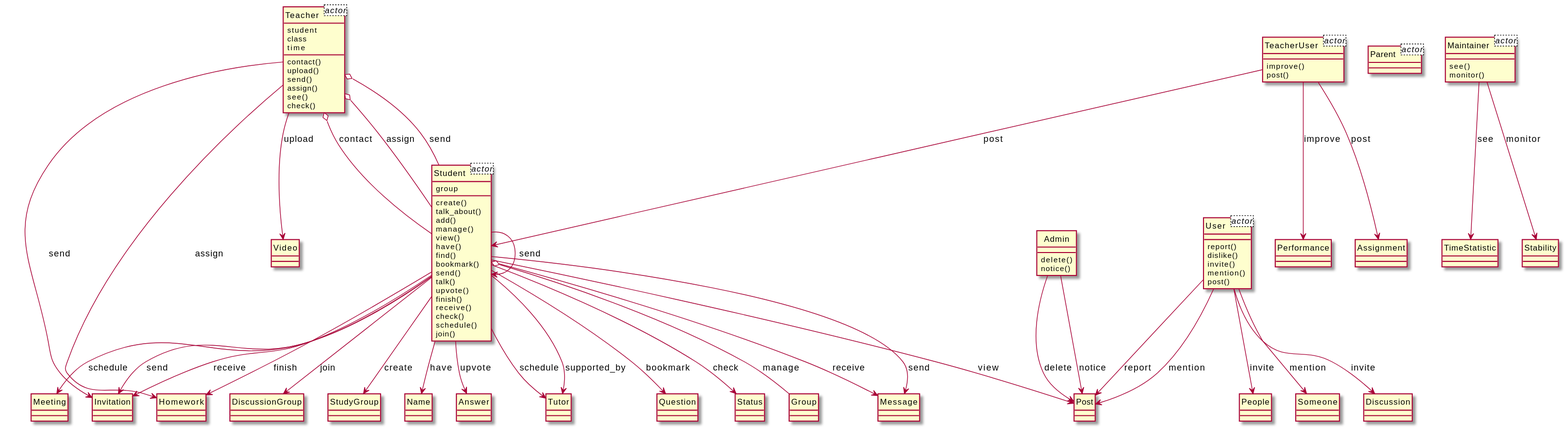
Above: output/diagram_5/2019-USC-Project03.svg in xixixhalu/DomainModelExtractor (PlantUML), before the change.
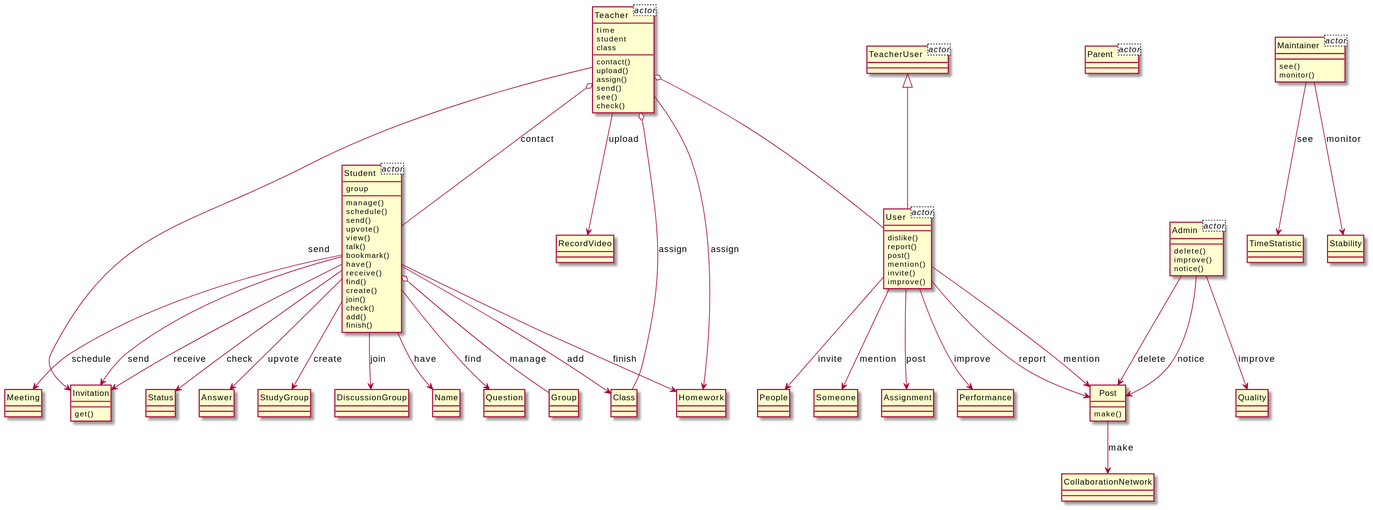
Above is the later version.

What changed in the source:
```diff
@@ -4,9 +4,9 @@
 	group
 }
 class Teacher<actor> {
+	time
 	student
 	class
-	time
 }
 class Parent<actor> {
 }
@@ -16,50 +16,77 @@
 }
 class TeacherUser<actor> {
 }
+class Admin<actor> {
+}
 class Student {
+	manage()
+	schedule()
+	send()
+	upvote()
+	view()
+	talk()
+	bookmark()
+	have()
+	receive()
+	find()
 	create()
-	talk_about()
+	join()
+	check()
 	add()
-	manage()
-	view()
-	have()
-	find()
-	bookmark()
-	send()
-	talk()
-	upvote()
 	finish()
-	receive()
-	check()
-	schedule()
-	join()
 }
-class Message {
+class Status {
+}
+class Meeting {
 }
 class Teacher {
 	contact()
 	upload()
+	assign()
 	send()
-	assign()
 	see()
 	check()
 }
-class Meeting {
+class Class {
+}
+class Admin {
+	delete()
+	improve()
+	notice()
+}
+class Post {
+	make()
+}
+class Answer {
+}
+class User {
+	dislike()
+	report()
+	post()
+	mention()
+	invite()
+	improve()
+}
+class StudyGroup {
+}
+class DiscussionGroup {
 }
 class Invitation {
+	get()
 }
 class Homework {
 }
-class User {
-	report()
-	dislike()
-	invite()
-	mention()
-	post()
+class Someone {
 }
-class TeacherUser {
-	improve()
-	post()
+class CollaborationNetwork {
+}
+class Assignment {
+}
+class Performance {
+}
+class Name {
+}
+class People {
 }
 class Maintainer {
 	see()
@@ -67,75 +94,47 @@
 }
 class TimeStatistic {
 }
-class DiscussionGroup {
+class RecordVideo {
 }
-class People {
-}
-class Someone {
-}
-class Video {
-}
-class Status {
-}
-class Admin {
-	delete()
-	notice()
+class Question {
 }
 class Group {
 }
-class Post {
-}
-class Discussion {
-}
-class StudyGroup {
-}
 class Stability {
 }
-class Name {
+class Quality {
 }
-class Performance {
+class TeacherUser {
 }
-class Answer {
-}
-class Tutor {
-}
-class Question {
-}
-class Assignment {
-}
-Teacher --> Homework : assign
-Student --> Tutor : schedule
-Student --> Invitation : send
+Student o-- Group : manage
+TeacherUser <|-- User
+Admin --> Post : delete
+Student --> Homework : finish
+Admin --> Post : notice
+Maintainer --> Stability : monitor
+User --> Assignment : post
+Teacher o-- Class : assign
 User --> Post : report
-Teacher --> Invitation : send
-Teacher o-- Student : assign
-Student --> Post : view
-Admin --> Post : notice
-TeacherUser --> Student : post
-Student --> Question : bookmark
-User --> Discussion : invite
-Admin --> Post : delete
-Maintainer --> TimeStatistic : see
+Student --> Answer : upvote
+Admin --> Quality : improve
+Student --> Class : add
+Teacher o-- User
+User --> Performance : improve
 User --> Post : mention
-Teacher o-- Student : send
-Student --> Message : send
-Student --> DiscussionGroup : join
-TeacherUser --> Assignment : post
-Student --> Tutor : supported_by
-Student --> Student : send
+Student --> Name : have
+Student --> Status : check
 Student --> StudyGroup : create
 User --> People : invite
-Maintainer --> Stability : monitor
+Teacher --> Invitation : send
+Student --> DiscussionGroup : join
+Student --> Meeting : schedule
+Maintainer --> TimeStatistic : see
+Student --> Invitation : receive
+Student --> Invitation : send
+Teacher --> Homework : assign
+Teacher --> RecordVideo : upload
+User --> Someone : mention
+Student --> Question : find
 Teacher o-- Student : contact
-Student --> Name : have
-User --> Someone : mention
-Student --> Message : receive
-TeacherUser --> Performance : improve
-Teacher --> Video : upload
-Student --> Homework : finish
-Student --> Meeting : schedule
-Student --> Status : check
-Student --> Answer : upvote
-Student --> Invitation : receive
-Student o-- Group : manage
+Post --> CollaborationNetwork : make
 @enduml
```
